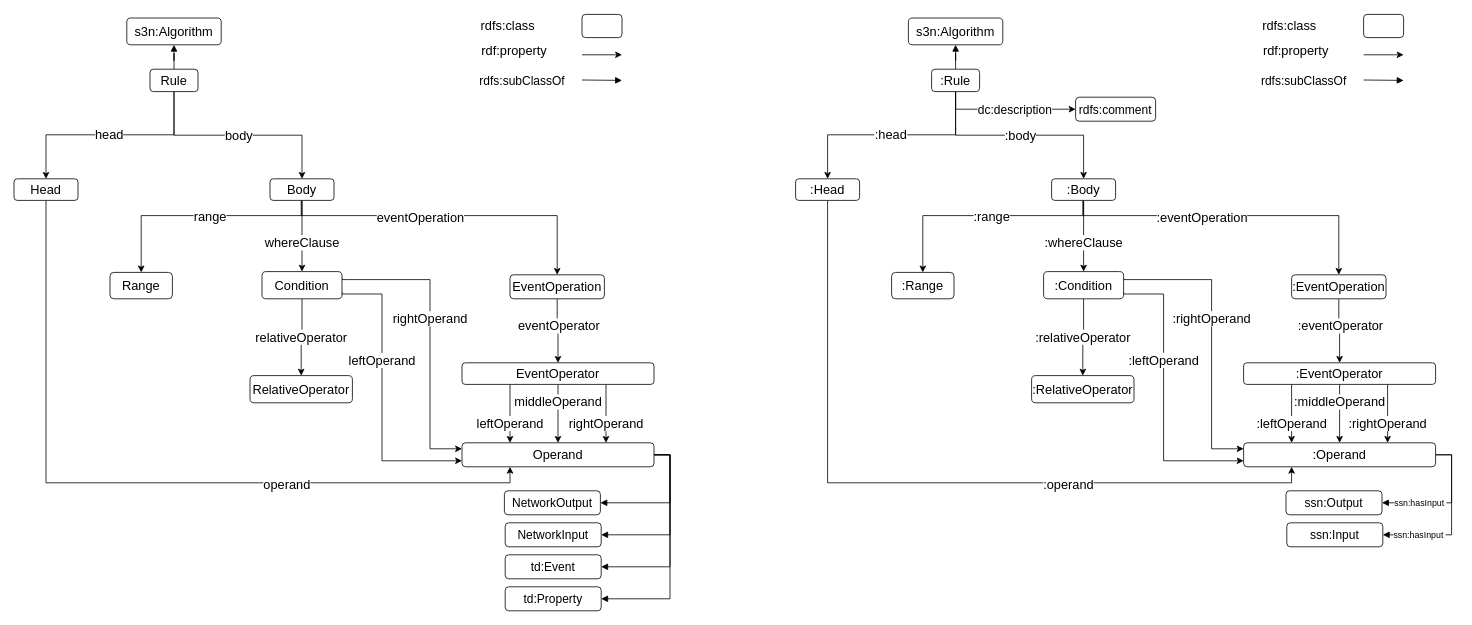
Before: Untitled Diagram.drawio in Haoyu-R/appendix, a draw.io diagram. Source tidied: cells renumbered, new cells numbered last; positions are measured from the earlier drawing's top-left corner, leaving out a move shared by most shapes. Both pictures are drawn from the tidied source at 80%, with x=0, y=0 at pixel (14, 14).
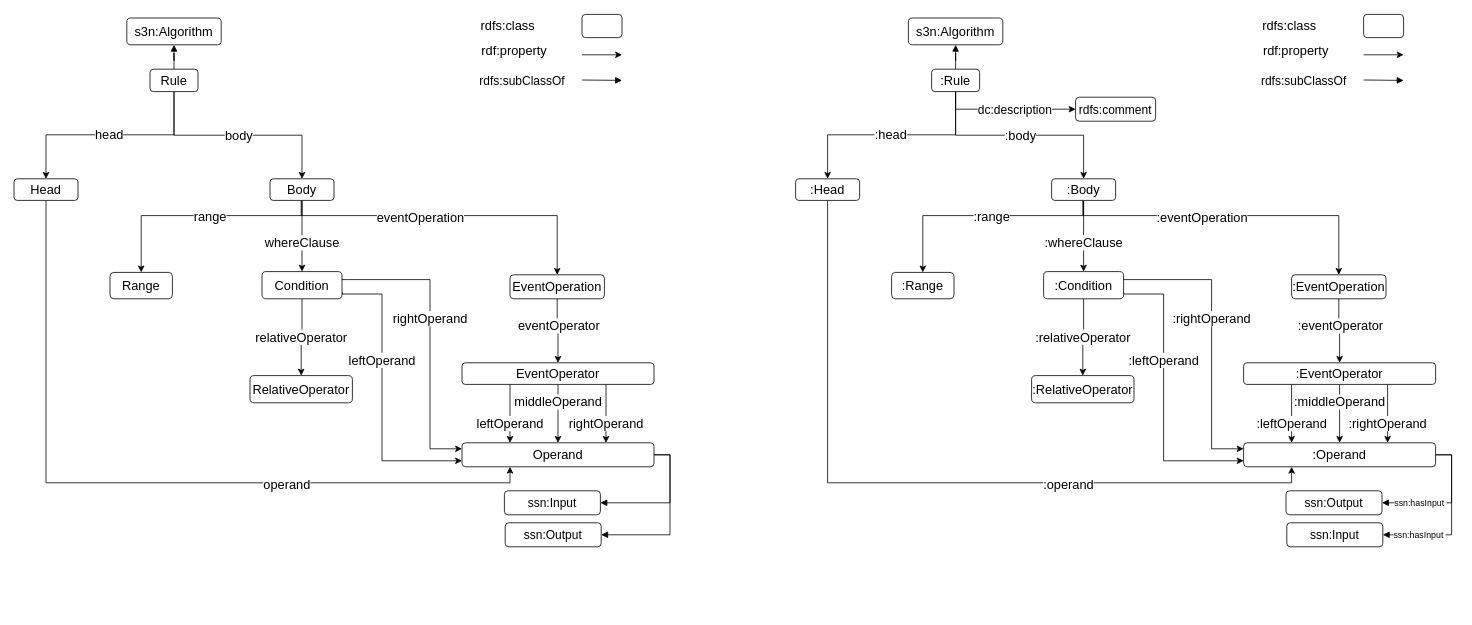
Above is the later version.

The change refers to these unchanged cells:
```xml
<mxCell id="32" value="&lt;font style=&quot;font-size: 16px;&quot;&gt;Operand&lt;/font&gt;" style="rounded=1;whiteSpace=wrap;html=1;fontSize=16;" parent="1" vertex="1">
  <mxGeometry x="560" y="536" width="240" height="30" as="geometry" />
</mxCell>
```

The edit, as a diff of the source:
```diff
@@
-    <mxCell id="30" style="edgeStyle=orthogonalEdgeStyle;rounded=0;jettySize=auto;html=1;exitX=1;exitY=0.5;exitDx=0;exitDy=0;entryX=1;entryY=0.5;entryDx=0;entryDy=0;endArrow=block;endFill=1;" parent="1" edge="1" source="32" target="42">
-      <mxGeometry relative="1" as="geometry" />
-    </mxCell>
-    <mxCell id="31" style="edgeStyle=orthogonalEdgeStyle;rounded=0;jettySize=auto;html=1;exitX=1;exitY=0.5;exitDx=0;exitDy=0;entryX=1;entryY=0.5;entryDx=0;entryDy=0;endArrow=block;endFill=1;" parent="1" edge="1" source="32" target="43">
-      <mxGeometry relative="1" as="geometry" />
-    </mxCell>
@@
-    <mxCell id="40" value="NetworkOutput" style="rounded=1;whiteSpace=wrap;html=1;fontSize=15;" parent="1" vertex="1">
+    <mxCell id="40" value="ssn:Input" style="rounded=1;whiteSpace=wrap;html=1;fontSize=15;" parent="1" vertex="1">
       <mxGeometry x="613" y="596" width="120" height="30" as="geometry" />
     </mxCell>
-    <mxCell id="41" value="NetworkInput" style="rounded=1;whiteSpace=wrap;html=1;fontSize=15;" parent="1" vertex="1">
+    <mxCell id="41" value="ssn:Output" style="rounded=1;whiteSpace=wrap;html=1;fontSize=15;" parent="1" vertex="1">
       <mxGeometry x="614" y="636" width="120" height="30" as="geometry" />
     </mxCell>
-    <mxCell id="42" value="td:Event" style="rounded=1;whiteSpace=wrap;html=1;fontSize=15;" parent="1" vertex="1">
-      <mxGeometry x="614" y="676" width="120" height="30" as="geometry" />
-    </mxCell>
-    <mxCell id="43" value="td:Property" style="rounded=1;whiteSpace=wrap;html=1;fontSize=15;" parent="1" vertex="1">
-      <mxGeometry x="614" y="716" width="120" height="30" as="geometry" />
-    </mxCell>
@@
+    <mxCell id="86" style="edgeStyle=orthogonalEdgeStyle;rounded=0;orthogonalLoop=1;jettySize=auto;html=1;exitX=0.5;exitY=1;exitDx=0;exitDy=0;fontSize=15;" parent="1" edge="1">
+      <mxGeometry relative="1" as="geometry">
+        <mxPoint x="573.8" y="722" as="sourcePoint" />
+        <mxPoint x="573.8" y="722" as="targetPoint" />
+      </mxGeometry>
+    </mxCell>
```
